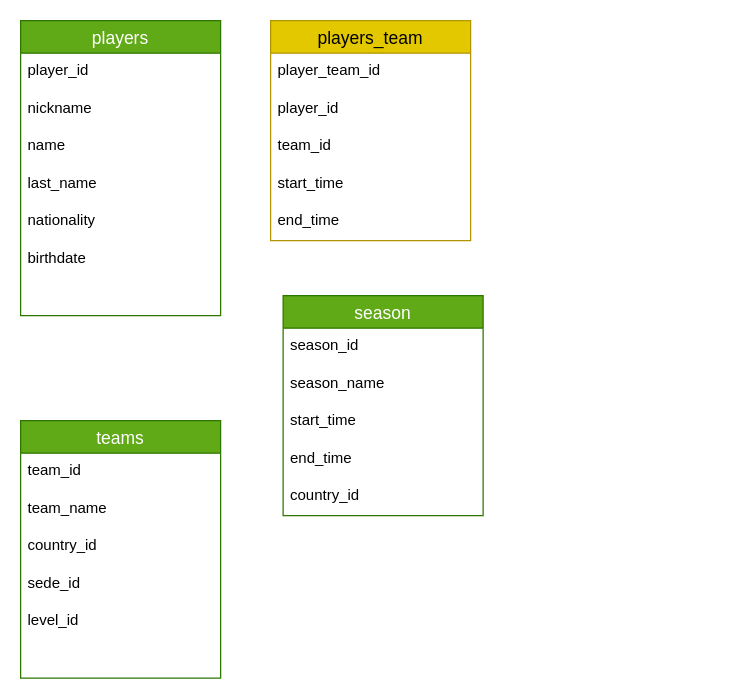
Earlier version of the draw.io diagram soccer_model.drawio (r3card0/soccer.stats). Source tidied: cells renumbered, new cells numbered last; positions are measured from the earlier drawing's top-left corner, leaving out a move shared by most shapes. Both pictures are drawn from the tidied source at 125%, with x=0, y=0 at pixel (20, 20).
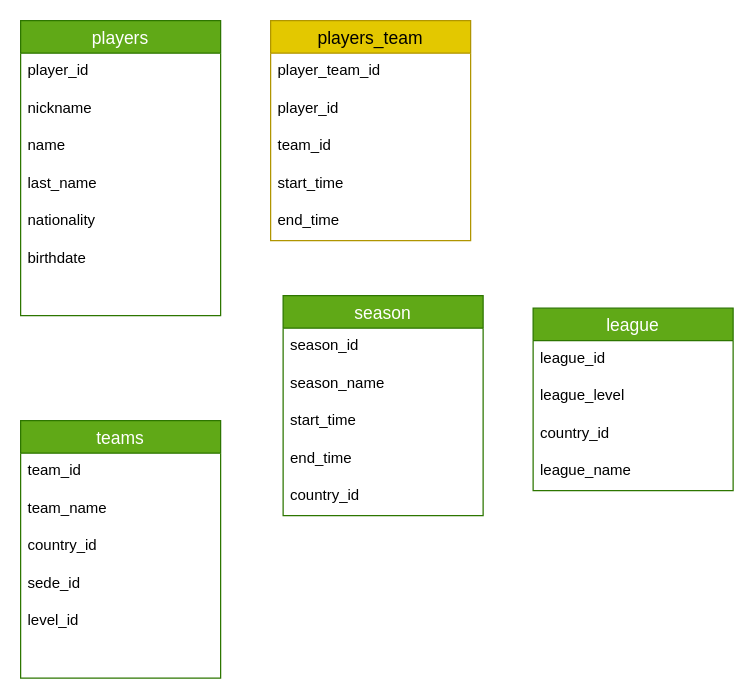
After the change.

Commit message:
added league model

The edit, as a diff of the source:
```diff
@@
+    <mxCell id="29" value="league" style="swimlane;fontStyle=0;horizontal=1;startSize=26;align=center;fontSize=14;fillColor=#60a917;fontColor=#ffffff;strokeColor=#2D7600;" parent="1" vertex="1">
+      <mxGeometry x="410" y="230" width="160" height="146" as="geometry" />
+    </mxCell>
+    <mxCell id="30" value="league_id" style="text;strokeColor=none;fillColor=none;spacingLeft=4;spacingRight=4;overflow=hidden;fontSize=12;" parent="29" vertex="1">
+      <mxGeometry y="26" width="160" height="30" as="geometry" />
+    </mxCell>
+    <mxCell id="31" value="league_level" style="text;strokeColor=none;fillColor=none;spacingLeft=4;spacingRight=4;overflow=hidden;fontSize=12;" parent="29" vertex="1">
+      <mxGeometry y="56" width="160" height="30" as="geometry" />
+    </mxCell>
+    <mxCell id="32" value="country_id" style="text;strokeColor=none;fillColor=none;spacingLeft=4;spacingRight=4;overflow=hidden;fontSize=12;" parent="29" vertex="1">
+      <mxGeometry y="86" width="160" height="30" as="geometry" />
+    </mxCell>
+    <mxCell id="33" value="league_name" style="text;strokeColor=none;fillColor=none;spacingLeft=4;spacingRight=4;overflow=hidden;fontSize=12;" parent="29" vertex="1">
+      <mxGeometry y="116" width="160" height="30" as="geometry" />
+    </mxCell>
```
